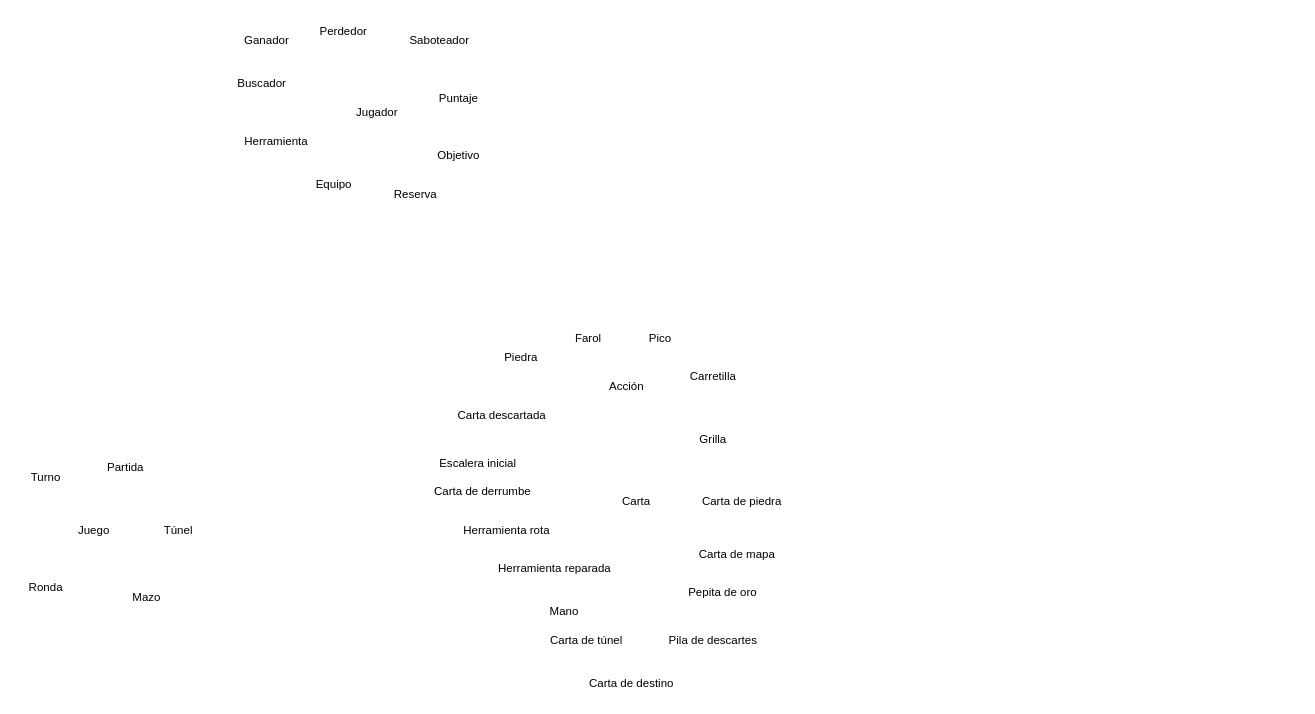
Above: page "Sustantivos" (1 of 2) of Saboteur-UML.drawio in exe-quiel/saboteur-unlu-poo (draw.io), before the change. Source tidied: cells renumbered, new cells numbered last; positions are measured from the earlier drawing's top-left corner, leaving out a move shared by most shapes. Both pictures are drawn from the tidied source at 96%, with x=0, y=0 at pixel (16, 16).
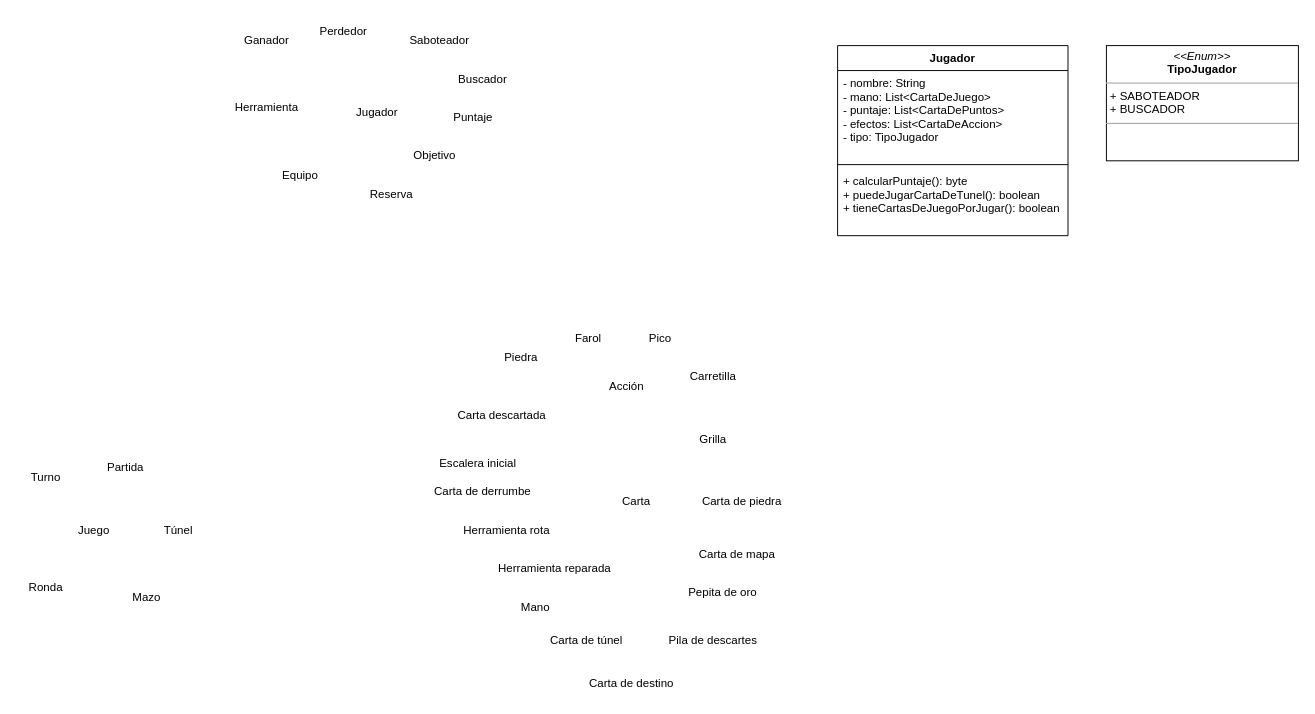
The same page after the edit.

Commit message:
Primeras ideas para el UML

Change to the diagram source:
```diff
@@
     <mxCell id="10" value="Buscador" style="text;html=1;align=center;verticalAlign=middle;strokeColor=none;fillColor=none;" parent="1" vertex="1">
-      <mxGeometry x="220" y="55" width="70" height="30" as="geometry" />
+      <mxGeometry x="450" y="50" width="70" height="30" as="geometry" />
     </mxCell>
     <mxCell id="11" value="Puntaje" style="text;html=1;align=center;verticalAlign=middle;strokeColor=none;fillColor=none;" parent="1" vertex="1">
-      <mxGeometry x="430" y="70" width="60" height="30" as="geometry" />
+      <mxGeometry x="445" y="90" width="60" height="30" as="geometry" />
     </mxCell>
@@
     <mxCell id="17" value="Mano" style="text;html=1;align=center;verticalAlign=middle;strokeColor=none;fillColor=none;" parent="1" vertex="1">
-      <mxGeometry x="545" y="605" width="50" height="30" as="geometry" />
+      <mxGeometry x="515" y="600" width="50" height="30" as="geometry" />
     </mxCell>
@@
     <mxCell id="20" value="Herramienta" style="text;html=1;align=center;verticalAlign=middle;strokeColor=none;fillColor=none;" parent="1" vertex="1">
-      <mxGeometry x="225" y="115" width="90" height="30" as="geometry" />
+      <mxGeometry x="215" y="80" width="90" height="30" as="geometry" />
     </mxCell>
     <mxCell id="21" value="Objetivo" style="text;html=1;align=center;verticalAlign=middle;strokeColor=none;fillColor=none;" parent="1" vertex="1">
-      <mxGeometry x="425" y="130" width="70" height="30" as="geometry" />
+      <mxGeometry x="400" y="130" width="70" height="30" as="geometry" />
     </mxCell>
@@
     <mxCell id="33" value="Reserva" style="text;html=1;align=center;verticalAlign=middle;strokeColor=none;fillColor=none;" parent="1" vertex="1">
-      <mxGeometry x="380" y="170" width="70" height="30" as="geometry" />
+      <mxGeometry x="355" y="170" width="70" height="30" as="geometry" />
     </mxCell>
     <mxCell id="34" value="Equipo" style="text;html=1;align=center;verticalAlign=middle;strokeColor=none;fillColor=none;" parent="1" vertex="1">
-      <mxGeometry x="300" y="160" width="60" height="30" as="geometry" />
+      <mxGeometry x="265" y="150" width="60" height="30" as="geometry" />
     </mxCell>
@@
+    <mxCell id="37" value="Jugador" style="swimlane;fontStyle=1;align=center;verticalAlign=top;horizontal=1;startSize=26;" parent="1" vertex="1">
+      <mxGeometry x="855" y="30" width="240" height="198" as="geometry" />
+    </mxCell>
+    <mxCell id="38" value="- nombre: String&#10;- mano: List&lt;CartaDeJuego&gt;&#10;- puntaje: List&lt;CartaDePuntos&gt;&#10;- efectos: List&lt;CartaDeAccion&gt;&#10;- tipo: TipoJugador" style="text;strokeColor=none;fillColor=none;align=left;verticalAlign=top;spacingLeft=4;spacingRight=4;overflow=hidden;" parent="37" vertex="1">
+      <mxGeometry y="26" width="240" height="94" as="geometry" />
+    </mxCell>
+    <mxCell id="39" style="line;strokeWidth=1;fillColor=none;align=left;verticalAlign=middle;spacingTop=-1;spacingLeft=3;spacingRight=3;labelPosition=right;strokeColor=inherit;" parent="37" vertex="1">
+      <mxGeometry y="120" width="240" height="8" as="geometry" />
+    </mxCell>
+    <mxCell id="40" value="+ calcularPuntaje(): byte&#10;+ puedeJugarCartaDeTunel(): boolean&#10;+ tieneCartasDeJuegoPorJugar(): boolean" style="text;strokeColor=none;fillColor=none;align=left;verticalAlign=top;spacingLeft=4;spacingRight=4;overflow=hidden;" parent="37" vertex="1">
+      <mxGeometry y="128" width="240" height="70" as="geometry" />
+    </mxCell>
+    <mxCell id="41" value="&lt;p style=&quot;margin:0px;margin-top:4px;text-align:center;&quot;&gt;&lt;i&gt;&amp;lt;&amp;lt;Enum&amp;gt;&amp;gt;&lt;/i&gt;&lt;br&gt;&lt;b&gt;TipoJugador&lt;/b&gt;&lt;/p&gt;&lt;hr size=&quot;1&quot;&gt;&lt;p style=&quot;margin:0px;margin-left:4px;&quot;&gt;+ SABOTEADOR&lt;br&gt;+ BUSCADOR&lt;/p&gt;&lt;hr size=&quot;1&quot;&gt;&lt;p style=&quot;margin:0px;margin-left:4px;&quot;&gt;&lt;br&gt;&lt;/p&gt;" style="verticalAlign=top;align=left;overflow=fill;fontSize=12;fontFamily=Helvetica;html=1;" parent="1" vertex="1">
+      <mxGeometry x="1135" y="30" width="200" height="120" as="geometry" />
+    </mxCell>
```
